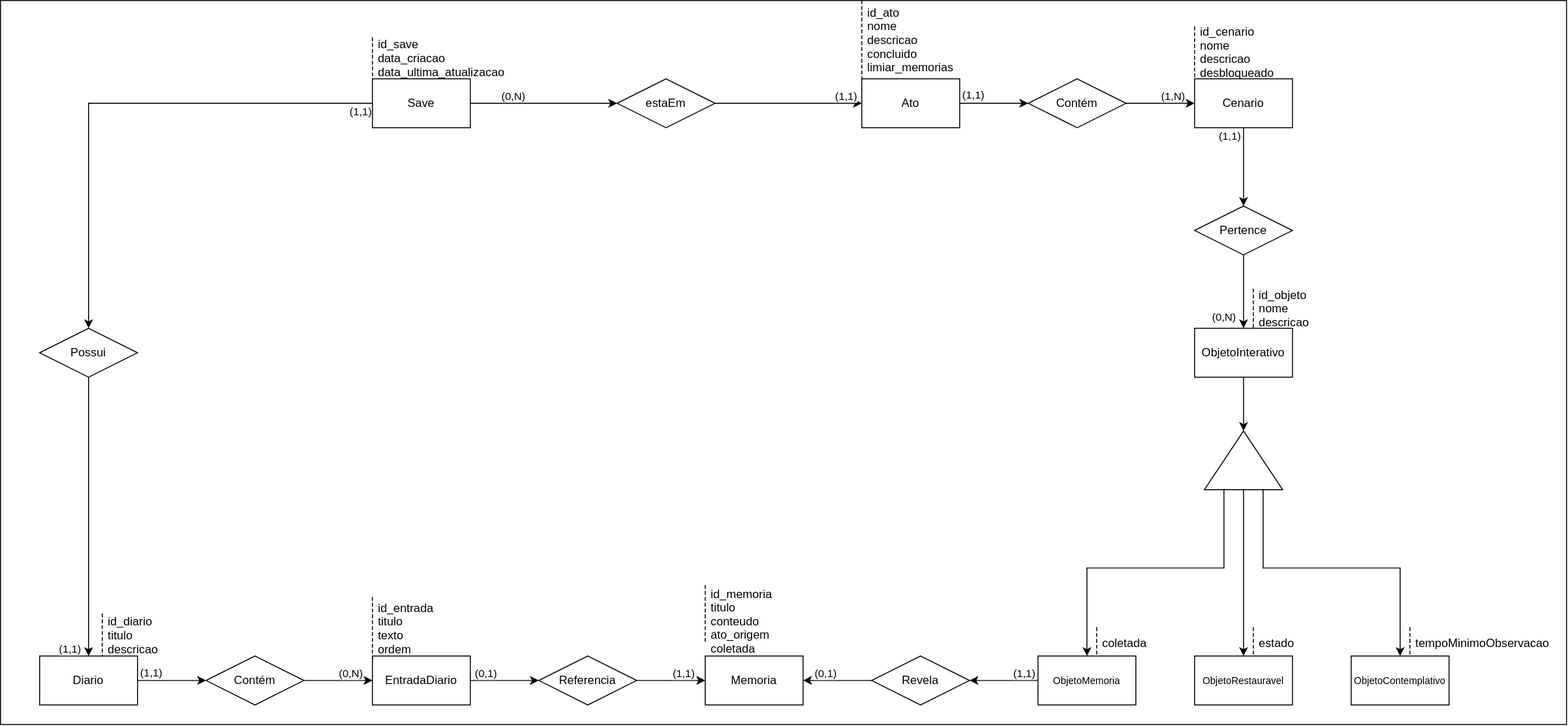
The draw.io diagram docs/diagrama-entidade-relacionamento/diagrama-entidade-relacionamento.drawio.svg in omatheusfaria/Ani, before a commit. Source tidied: cells renumbered, new cells last; positions are measured from the earlier drawing's top-left corner, leaving out a move shared by most shapes.
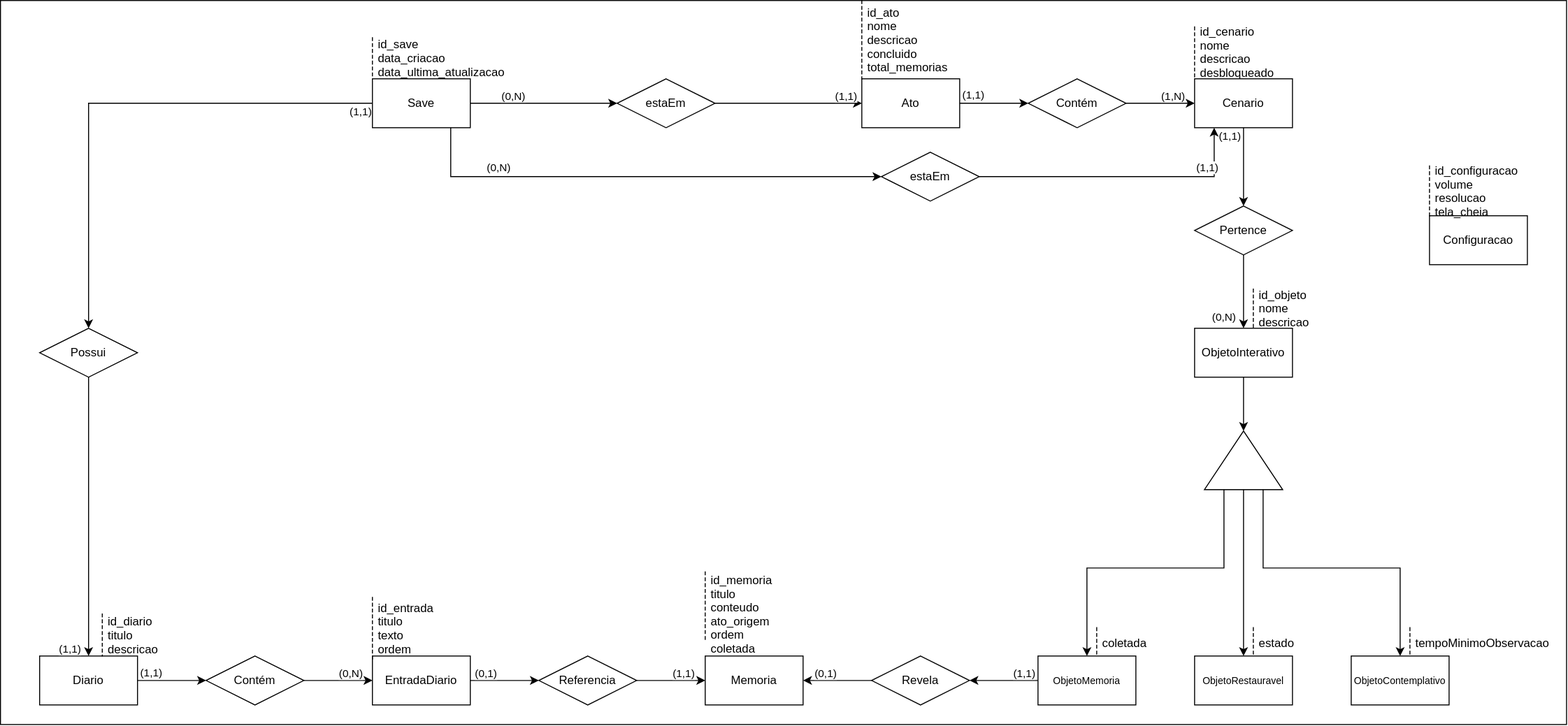
After the commit.

Diff of the diagram source:
```diff
@@ -152,13 +152,13 @@
     <mxCell id="41" value="&lt;font style=&quot;font-size: 10px;&quot;&gt;ObjetoContemplativo&lt;/font&gt;" style="html=1;dashed=0;whiteSpace=wrap;" parent="1" vertex="1">
       <mxGeometry x="1380" y="670" width="100" height="50" as="geometry" />
     </mxCell>
-    <mxCell id="42" value="id_memoria&#10;titulo&#10;conteudo&#10;ato_origem&#10;coletada" style="shape=partialRectangle;fillColor=none;align=left;verticalAlign=middle;strokeColor=none;spacingLeft=34;" parent="1" vertex="1">
-      <mxGeometry x="690" y="598" width="90" height="72" as="geometry" />
+    <mxCell id="42" value="id_memoria&#10;titulo&#10;conteudo&#10;ato_origem&#10;ordem&#10;coletada" style="shape=partialRectangle;fillColor=none;align=left;verticalAlign=middle;strokeColor=none;spacingLeft=34;" parent="1" vertex="1">
+      <mxGeometry x="690" y="584" width="90" height="86" as="geometry" />
     </mxCell>
     <mxCell id="43" style="shape=partialRectangle;top=0;left=0;bottom=0;fillColor=none;stokeWidth=1;dashed=1;align=left;verticalAlign=middle;spacingLeft=4;spacingRight=4;overflow=hidden;" parent="42" vertex="1">
-      <mxGeometry width="30" height="58" as="geometry" />
+      <mxGeometry width="30" height="72" as="geometry" />
     </mxCell>
-    <mxCell id="44" value="id_ato&#10;nome&#10;descricao&#10;concluido&#10;limiar_memorias" style="shape=partialRectangle;fillColor=none;align=left;verticalAlign=middle;strokeColor=none;spacingLeft=34;" parent="1" vertex="1">
+    <mxCell id="44" value="id_ato&#10;nome&#10;descricao&#10;concluido&#10;total_memorias" style="shape=partialRectangle;fillColor=none;align=left;verticalAlign=middle;strokeColor=none;spacingLeft=34;" parent="1" vertex="1">
       <mxGeometry x="850" width="90" height="80" as="geometry" />
     </mxCell>
     <mxCell id="45" style="shape=partialRectangle;top=0;left=0;bottom=0;fillColor=none;stokeWidth=1;dashed=1;align=left;verticalAlign=middle;spacingLeft=4;spacingRight=4;overflow=hidden;" parent="44" vertex="1">
@@ -214,7 +214,7 @@
         <mxPoint x="-11" y="-7" as="offset" />
       </mxGeometry>
     </mxCell>
-    <mxCell id="62" style="edgeStyle=orthogonalEdgeStyle;rounded=0;jettySize=auto;html=1;entryX=0.5;entryY=0;entryDx=0;entryDy=0;" parent="1" edge="1" source="64" target="72">
+    <mxCell id="62" style="edgeStyle=orthogonalEdgeStyle;rounded=0;jettySize=auto;html=1;exitX=0;exitY=0.5;exitDx=0;exitDy=0;entryX=0.5;entryY=0;entryDx=0;entryDy=0;" parent="1" edge="1" source="64" target="72">
       <mxGeometry relative="1" as="geometry" />
     </mxCell>
     <mxCell id="63" value="(1,1)" style="edgeLabel;html=1;align=center;verticalAlign=middle;" parent="62" vertex="1">
@@ -253,5 +253,41 @@
     <mxCell id="72" value="Possui" style="shape=rhombus;html=1;dashed=0;whiteSpace=wrap;perimeter=rhombusPerimeter;" parent="1" vertex="1">
       <mxGeometry x="40" y="335" width="100" height="50" as="geometry" />
     </mxCell>
+    <mxCell id="73" value="estaEm" style="shape=rhombus;html=1;dashed=0;whiteSpace=wrap;perimeter=rhombusPerimeter;" parent="1" vertex="1">
+      <mxGeometry x="900" y="155" width="100" height="50" as="geometry" />
+    </mxCell>
+    <mxCell id="74" style="edgeStyle=orthogonalEdgeStyle;rounded=0;jettySize=auto;html=1;exitX=0.8;exitY=1;exitDx=0;exitDy=0;entryX=0;entryY=0.5;entryDx=0;entryDy=0;" parent="1" edge="1" source="64" target="73">
+      <mxGeometry relative="1" as="geometry">
+        <Array as="points">
+          <mxPoint x="460" y="180" />
+        </Array>
+      </mxGeometry>
+    </mxCell>
+    <mxCell id="75" value="(0,N)" style="edgeLabel;html=1;align=center;verticalAlign=middle;" parent="74" vertex="1">
+      <mxGeometry x="-0.6" relative="1" as="geometry">
+        <mxPoint y="-10" as="offset" />
+      </mxGeometry>
+    </mxCell>
+    <mxCell id="76" style="edgeStyle=orthogonalEdgeStyle;rounded=0;jettySize=auto;html=1;exitX=1;exitY=0.5;exitDx=0;exitDy=0;entryX=0.2;entryY=1;entryDx=0;entryDy=0;" parent="1" edge="1" source="73" target="9">
+      <mxGeometry relative="1" as="geometry">
+        <Array as="points">
+          <mxPoint x="1240" y="180" />
+        </Array>
+      </mxGeometry>
+    </mxCell>
+    <mxCell id="77" value="(1,1)" style="edgeLabel;html=1;align=center;verticalAlign=middle;" parent="76" vertex="1">
+      <mxGeometry x="0.6" relative="1" as="geometry">
+        <mxPoint y="-10" as="offset" />
+      </mxGeometry>
+    </mxCell>
+    <mxCell id="78" value="Configuracao" style="html=1;dashed=0;whiteSpace=wrap;" parent="1" vertex="1">
+      <mxGeometry x="1460" y="220" width="100" height="50" as="geometry" />
+    </mxCell>
+    <mxCell id="79" value="id_configuracao&#10;volume&#10;resolucao&#10;tela_cheia" style="shape=partialRectangle;fillColor=none;align=left;verticalAlign=middle;strokeColor=none;spacingLeft=34;" parent="1" vertex="1">
+      <mxGeometry x="1430" y="169" width="110" height="51" as="geometry" />
+    </mxCell>
+    <mxCell id="80" style="shape=partialRectangle;top=0;left=0;bottom=0;fillColor=none;stokeWidth=1;dashed=1;align=left;verticalAlign=middle;spacingLeft=4;spacingRight=4;overflow=hidden;" parent="79" vertex="1">
+      <mxGeometry width="30" height="51" as="geometry" />
+    </mxCell>
   </root>
 </mxGraphModel>
```
